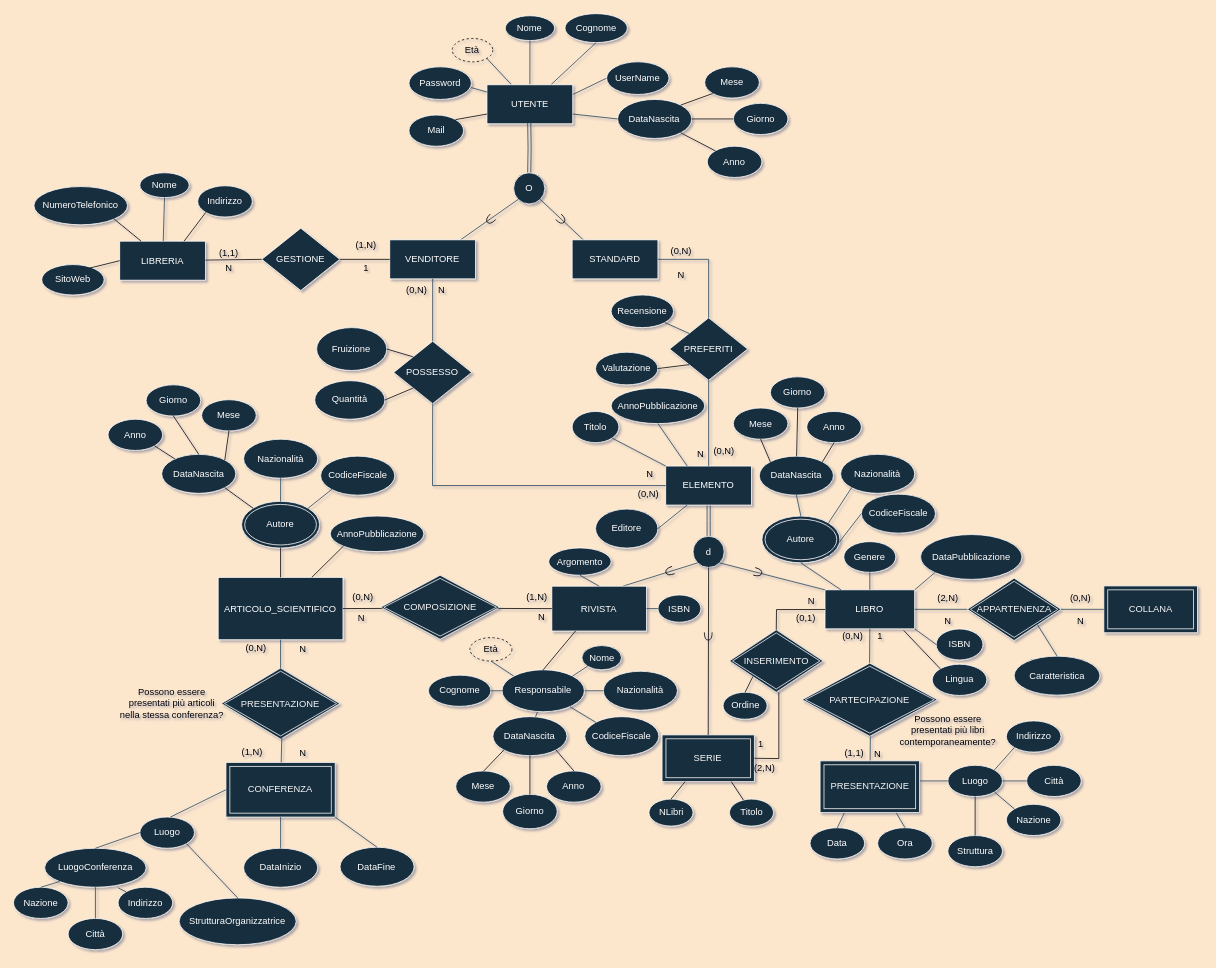
The draw.io diagram diagrammaER_v1.2.2.drawio in Giovk/Sistema-di-una-Bibleoteca-Digitale, before the edit. Source tidied: cells renumbered, new cells numbered last; positions are measured from the earlier drawing's top-left corner, leaving out a move shared by most shapes. Both pictures are drawn from the tidied source at 78%, with x=0, y=0 at pixel (13, 13).
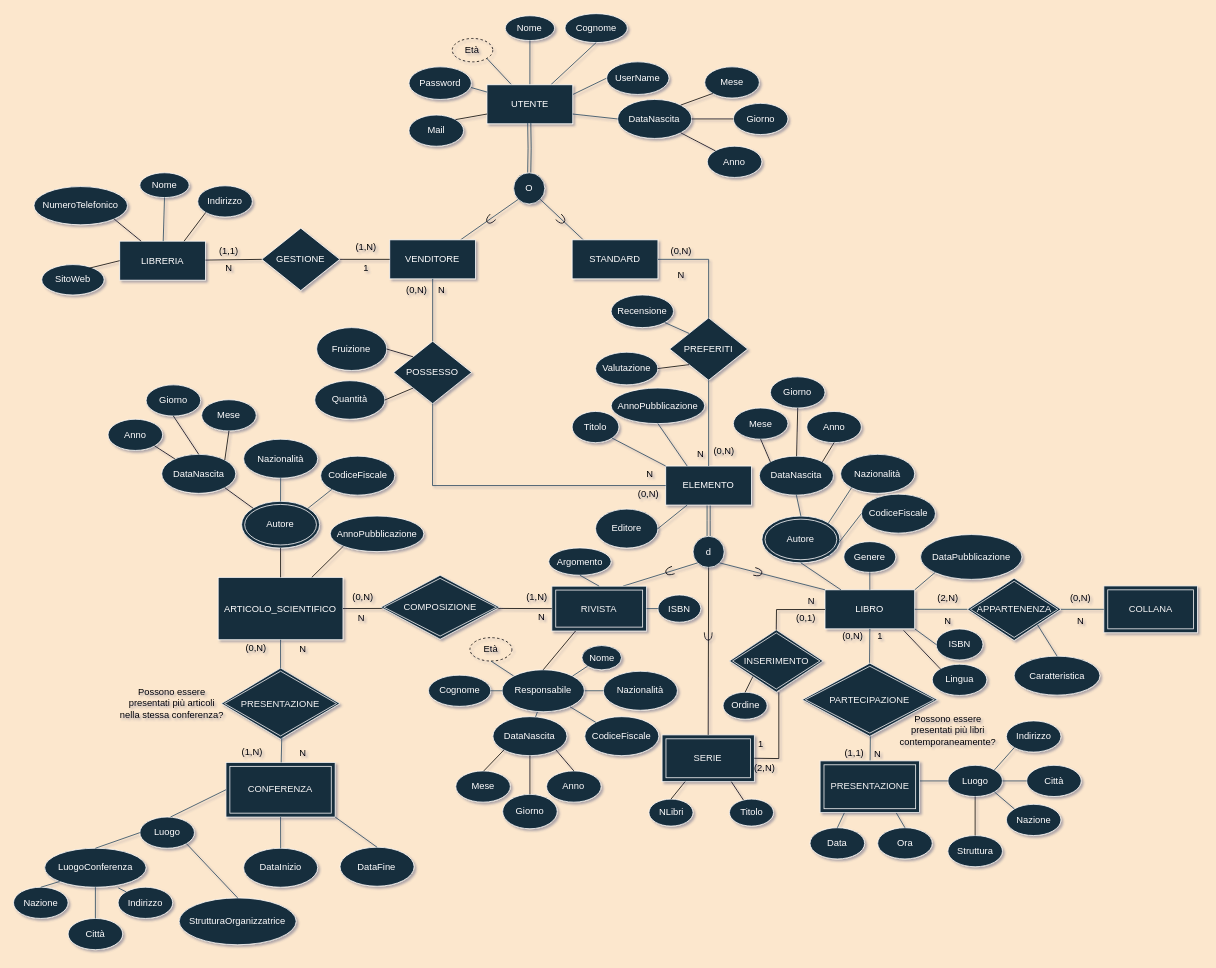
Above is the later version.

The edit, as a diff of the source:
```diff
@@
-    <mxCell id="59" value="RIVISTA" style="rounded=0;whiteSpace=wrap;html=1;fillColor=#182E3E;strokeColor=#FFFFFF;fontColor=#FFFFFF;" parent="1" vertex="1">
+    <mxCell id="59" value="RIVISTA" style="shape=ext;margin=3;double=1;whiteSpace=wrap;html=1;align=center;fillStyle=auto;strokeColor=#F5F5F5;fontColor=#F5F5F5;fillColor=#182E3E;" parent="1" vertex="1">
       <mxGeometry x="690" y="734" width="121.4" height="57.5" as="geometry" />
     </mxCell>
@@
     <mxCell id="131" value="(1,1)" style="text;html=1;strokeColor=none;fillColor=none;align=center;verticalAlign=middle;whiteSpace=wrap;rounded=0;" parent="1" vertex="1">
-      <mxGeometry x="246" y="291.7" width="60" height="30" as="geometry" />
+      <mxGeometry x="246" y="289.7" width="60" height="30" as="geometry" />
     </mxCell>
     <mxCell id="132" value="(1,N)" style="text;html=1;strokeColor=none;fillColor=none;align=center;verticalAlign=middle;whiteSpace=wrap;rounded=0;" parent="1" vertex="1">
-      <mxGeometry x="422.2" y="281.7" width="60" height="30" as="geometry" />
+      <mxGeometry x="422.2" y="284.7" width="60" height="30" as="geometry" />
     </mxCell>
```
